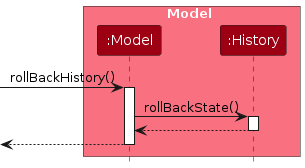
The PlantUML diagram diagrams/UndoSequenceDiagram-Model.png in Rishit02/tp, before a commit. Its source is kept beside it as diagrams/UndoSequenceDiagram-Model.puml.
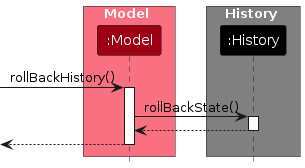
The same file after the commit.

What changed in the source:
```diff
@@ -4,17 +4,20 @@
 
 box Model MODEL_COLOR_T1
 participant ":Model" as Model MODEL_COLOR
-participant ":History" as VersionedAddressBook MODEL_COLOR
+end box
+
+box History #grey
+participant ":History" as History #black
 end box
 
 [-> Model : rollBackHistory()
 activate Model
 
-Model -> VersionedAddressBook : rollBackState()
-activate VersionedAddressBook
+Model -> History : rollBackState()
+activate History
 
-VersionedAddressBook --> Model :
-deactivate VersionedAddressBook
+History --> Model :
+deactivate History
 
 [<-- Model
 deactivate Model
```
